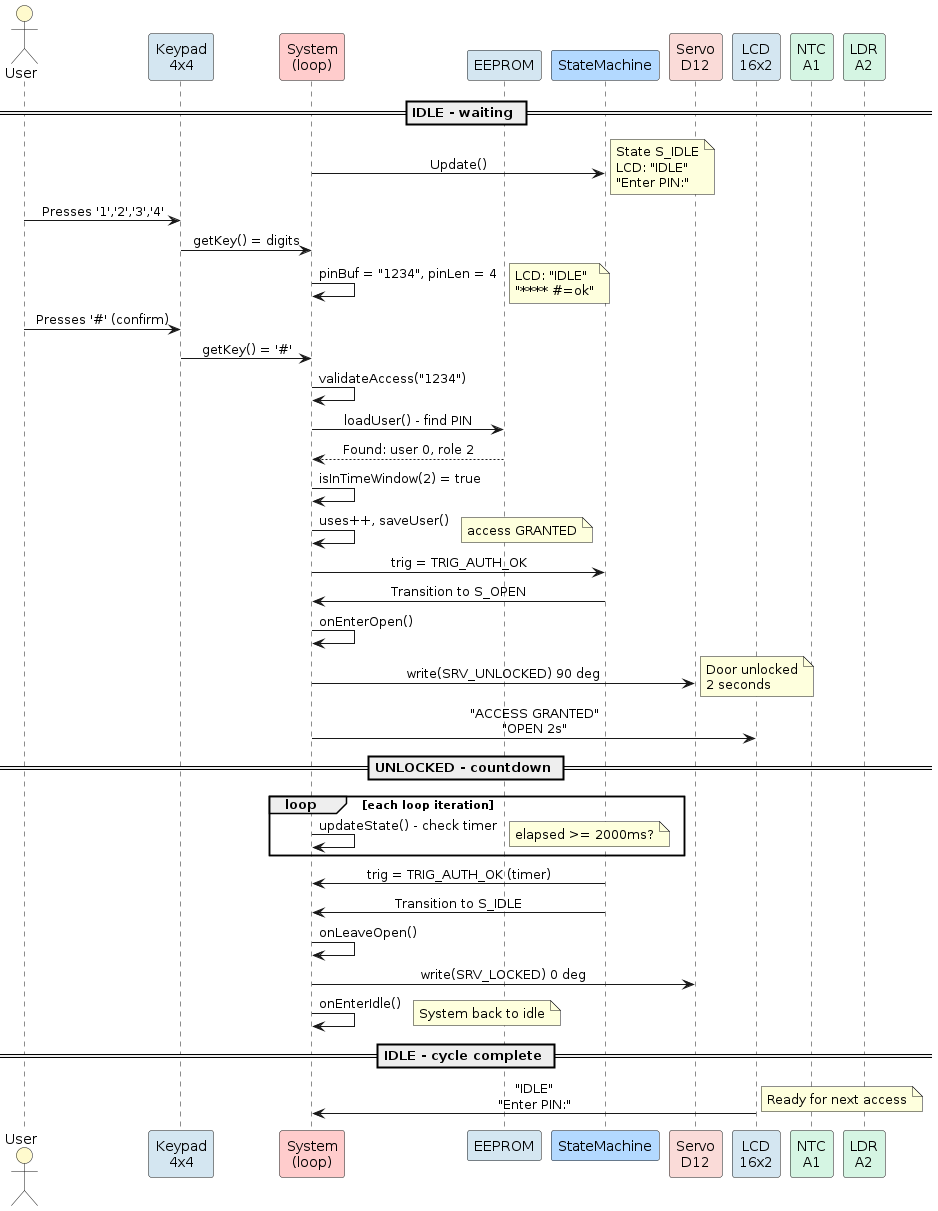
Earlier version of the PlantUML export docs/UML/SuccessfulEntry.png (FernandoMulato/Final-Arduino-Project).
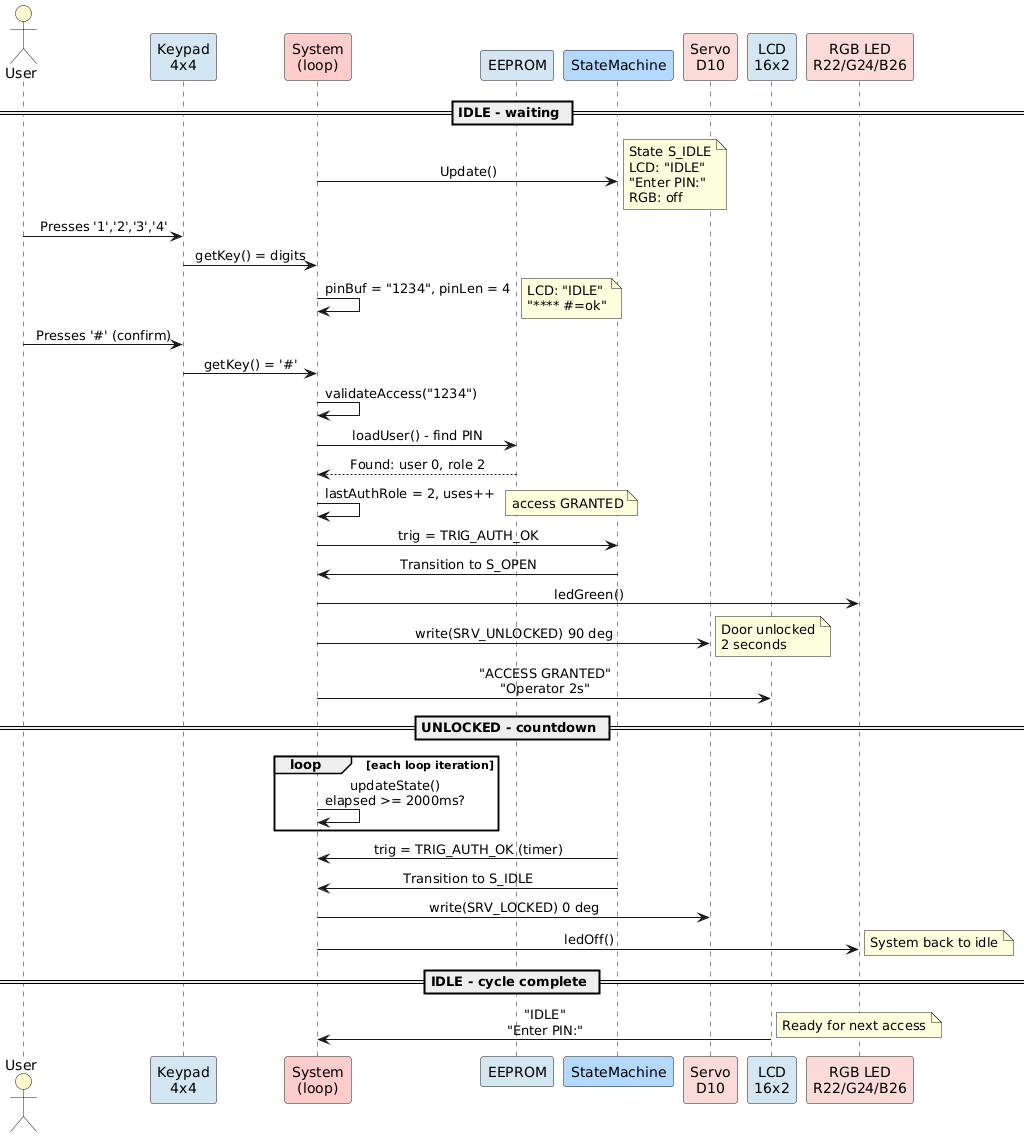
After the change.

Change to the diagram source:
```diff
@@ -9,14 +9,13 @@
 participant "System\n(loop)" as SYS #FFCCCC
 participant "EEPROM" as EEP #D4E6F1
 participant "StateMachine" as FSM #B3D9FF
-participant "Servo\nD12" as SRV #FADBD8
+participant "Servo\nD10" as SRV #FADBD8
 participant "LCD\n16x2" as LCD #D4E6F1
-participant "NTC\nA1" as NTC #D5F5E3
-participant "LDR\nA2" as LDR #D5F5E3
+participant "RGB LED\nR22/G24/B26" as RGB #FADBD8
 
 == IDLE - waiting ==
 SYS -> FSM: Update()
-note right: State S_IDLE\nLCD: "IDLE"\n"Enter PIN:"
+note right: State S_IDLE\nLCD: "IDLE"\n"Enter PIN:"\nRGB: off
 
 USR -> KPD: Presses '1','2','3','4'
 KPD -> SYS: getKey() = digits
@@ -28,28 +27,25 @@
 SYS -> SYS: validateAccess("1234")
 SYS -> EEP: loadUser() - find PIN
 EEP --> SYS: Found: user 0, role 2
-SYS -> SYS: isInTimeWindow(2) = true
-SYS -> SYS: uses++, saveUser()
+SYS -> SYS: lastAuthRole = 2, uses++
 note right: access GRANTED
 
 SYS -> FSM: trig = TRIG_AUTH_OK
 FSM -> SYS: Transition to S_OPEN
-SYS -> SYS: onEnterOpen()
+SYS -> RGB: ledGreen()
 SYS -> SRV: write(SRV_UNLOCKED) 90 deg
 note right: Door unlocked\n2 seconds
-SYS -> LCD: "ACCESS GRANTED"\n"OPEN 2s"
+SYS -> LCD: "ACCESS GRANTED"\n"Operator 2s"
 
 == UNLOCKED - countdown ==
 loop each loop iteration
-  SYS -> SYS: updateState() - check timer
-  note right: elapsed >= 2000ms?
+  SYS -> SYS: updateState()\nelapsed >= 2000ms?
 end
 
 FSM -> SYS: trig = TRIG_AUTH_OK (timer)
 FSM -> SYS: Transition to S_IDLE
-SYS -> SYS: onLeaveOpen()
 SYS -> SRV: write(SRV_LOCKED) 0 deg
-SYS -> SYS: onEnterIdle()
+SYS -> RGB: ledOff()
 note right: System back to idle
 
 == IDLE - cycle complete ==
```
